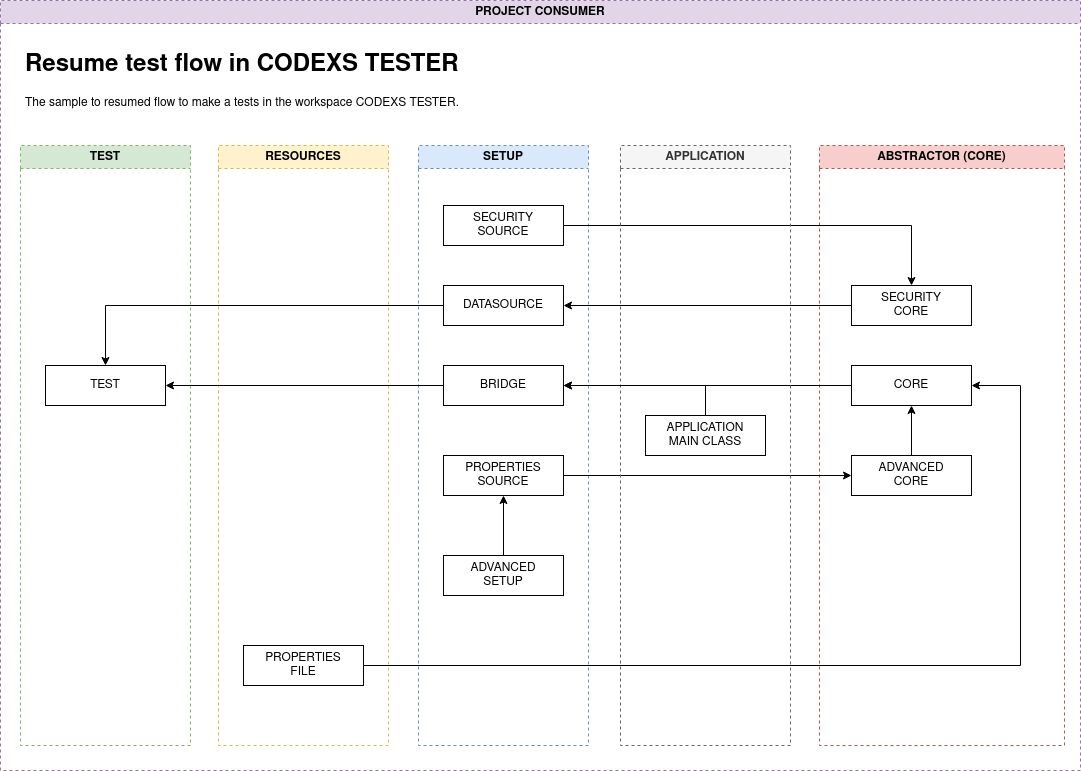
Before: src/data/midias/codexstester-diagram-flow-resumed.png, a diagram exported from draw.io (huntercodexs/codexstester). Source tidied: cells renumbered, new cells last; positions are measured from the earlier drawing's top-left corner, leaving out a move shared by most shapes.
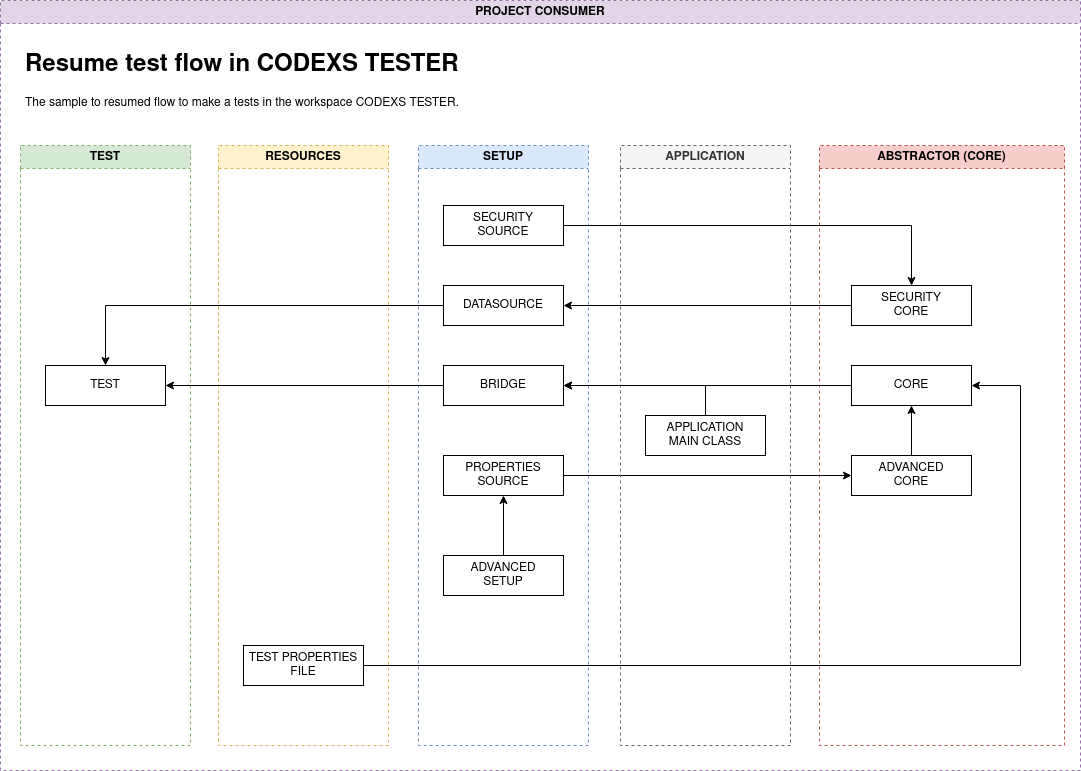
After the commit.

The edit, as a diff of the source:
```diff
@@ -11,7 +11,7 @@
     <mxCell id="4" value="RESOURCES" style="swimlane;whiteSpace=wrap;html=1;dashed=1;fillColor=#fff2cc;strokeColor=#d6b656;" parent="2" vertex="1">
       <mxGeometry x="218" y="145" width="170" height="600" as="geometry" />
     </mxCell>
-    <mxCell id="5" value="&lt;div&gt;PROPERTIES&lt;/div&gt;&lt;div&gt;FILE&lt;br&gt;&lt;/div&gt;" style="rounded=0;whiteSpace=wrap;html=1;" parent="4" vertex="1">
+    <mxCell id="5" value="TEST PROPERTIES&lt;div&gt;FILE&lt;br&gt;&lt;/div&gt;" style="rounded=0;whiteSpace=wrap;html=1;" parent="4" vertex="1">
       <mxGeometry x="25" y="500" width="120" height="40" as="geometry" />
     </mxCell>
     <mxCell id="6" value="SETUP" style="swimlane;whiteSpace=wrap;html=1;dashed=1;fillColor=#dae8fc;strokeColor=#6c8ebf;" parent="2" vertex="1">
```
